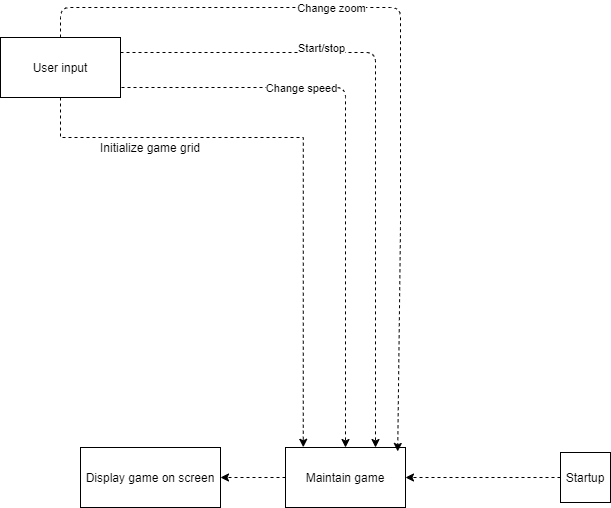
Before: Diagrams/functional.png, a diagram exported from draw.io (sr1998/EE2L11). Source tidied: cells renumbered, new cells last; positions are measured from the earlier drawing's top-left corner, leaving out a move shared by most shapes. Source of this version:
```xml
<mxGraphModel>
  <root>
    <mxCell id="0" />
    <mxCell id="1" parent="0" />
    <mxCell id="2" style="edgeStyle=orthogonalEdgeStyle;rounded=0;jettySize=auto;html=1;dashed=1;" parent="1" edge="1" source="3" target="9">
      <mxGeometry relative="1" as="geometry" />
    </mxCell>
    <mxCell id="3" value="Startup" style="whiteSpace=wrap;html=1;" parent="1" vertex="1">
      <mxGeometry x="560" y="445" width="50" height="50" as="geometry" />
    </mxCell>
    <mxCell id="4" value="Display game on screen" style="rounded=0;whiteSpace=wrap;html=1;" parent="1" vertex="1">
      <mxGeometry x="80" y="440" width="140" height="60" as="geometry" />
    </mxCell>
    <mxCell id="5" style="edgeStyle=orthogonalEdgeStyle;rounded=0;jettySize=auto;html=1;dashed=1;entryX=0.148;entryY=-0.004;entryDx=0;entryDy=0;entryPerimeter=0;" parent="1" edge="1" source="6" target="9">
      <mxGeometry relative="1" as="geometry">
        <Array as="points">
          <mxPoint x="60" y="130" />
          <mxPoint x="303" y="130" />
        </Array>
      </mxGeometry>
    </mxCell>
    <mxCell id="6" value="User input" style="rounded=0;whiteSpace=wrap;html=1;" parent="1" vertex="1">
      <mxGeometry y="30" width="120" height="60" as="geometry" />
    </mxCell>
    <mxCell id="7" value="Initialize game grid" style="text;html=1;strokeColor=none;fillColor=none;align=center;verticalAlign=middle;whiteSpace=wrap;rounded=0;" parent="1" vertex="1">
      <mxGeometry x="95" y="130" width="110" height="20" as="geometry" />
    </mxCell>
    <mxCell id="8" style="edgeStyle=orthogonalEdgeStyle;rounded=0;jettySize=auto;html=1;dashed=1;" parent="1" edge="1" source="9" target="4">
      <mxGeometry relative="1" as="geometry" />
    </mxCell>
    <mxCell id="9" value="Maintain game" style="rounded=0;whiteSpace=wrap;html=1;" parent="1" vertex="1">
      <mxGeometry x="285" y="440" width="120" height="60" as="geometry" />
    </mxCell>
    <mxCell id="10" style="endArrow=classic;html=1;dashed=1;exitX=0.5;exitY=0;exitDx=0;exitDy=0;entryX=0.935;entryY=0.066;entryDx=0;entryDy=0;entryPerimeter=0;" parent="1" edge="1" source="6" target="9">
      <mxGeometry relative="1" as="geometry">
        <Array as="points">
          <mxPoint x="60" />
          <mxPoint x="170" />
          <mxPoint x="400" />
          <mxPoint x="400" y="220" />
        </Array>
      </mxGeometry>
    </mxCell>
    <mxCell id="11" value="Change zoom" style="edgeLabel;html=1;align=center;verticalAlign=middle;" parent="10" vertex="1">
      <mxGeometry relative="1" as="geometry">
        <mxPoint x="-70" y="-36.7" as="offset" />
      </mxGeometry>
    </mxCell>
    <mxCell id="12" style="endArrow=classic;html=1;dashed=1;entryX=0.75;entryY=0;entryDx=0;entryDy=0;exitX=1;exitY=0.25;exitDx=0;exitDy=0;" parent="1" edge="1" source="6" target="9">
      <mxGeometry relative="1" as="geometry">
        <Array as="points">
          <mxPoint x="375" y="45" />
        </Array>
      </mxGeometry>
    </mxCell>
    <mxCell id="13" value="Start/stop" style="edgeLabel;html=1;align=center;verticalAlign=middle;" parent="12" vertex="1">
      <mxGeometry relative="1" as="geometry">
        <mxPoint x="-55" y="-75" as="offset" />
      </mxGeometry>
    </mxCell>
    <mxCell id="14" style="endArrow=classic;html=1;dashed=1;entryX=0.5;entryY=0;entryDx=0;entryDy=0;" parent="1" edge="1" target="9">
      <mxGeometry relative="1" as="geometry">
        <mxPoint x="121" y="80" as="sourcePoint" />
        <Array as="points">
          <mxPoint x="345" y="80" />
        </Array>
      </mxGeometry>
    </mxCell>
    <mxCell id="15" value="Change speed" style="edgeLabel;html=1;align=center;verticalAlign=middle;" parent="14" vertex="1">
      <mxGeometry relative="1" as="geometry">
        <mxPoint x="-45" y="-67.7" as="offset" />
      </mxGeometry>
    </mxCell>
  </root>
</mxGraphModel>
```
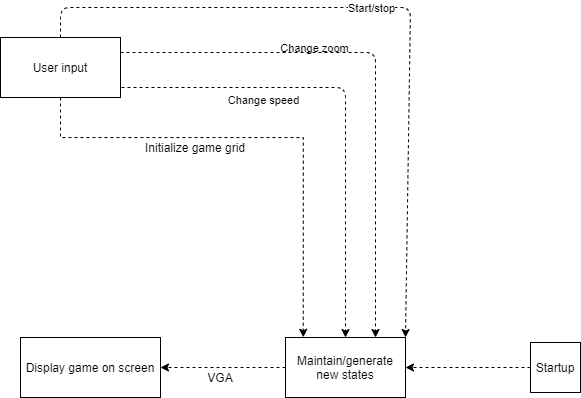
The same diagram one commit later.

Diff of the diagram source:
```diff
@@ -6,10 +6,10 @@
       <mxGeometry relative="1" as="geometry" />
     </mxCell>
     <mxCell id="3" value="Startup" style="whiteSpace=wrap;html=1;" parent="1" vertex="1">
-      <mxGeometry x="560" y="445" width="50" height="50" as="geometry" />
+      <mxGeometry x="530" y="335" width="50" height="50" as="geometry" />
     </mxCell>
     <mxCell id="4" value="Display game on screen" style="rounded=0;whiteSpace=wrap;html=1;" parent="1" vertex="1">
-      <mxGeometry x="80" y="440" width="140" height="60" as="geometry" />
+      <mxGeometry x="20" y="330" width="140" height="60" as="geometry" />
     </mxCell>
     <mxCell id="5" style="edgeStyle=orthogonalEdgeStyle;rounded=0;jettySize=auto;html=1;dashed=1;entryX=0.148;entryY=-0.004;entryDx=0;entryDy=0;entryPerimeter=0;" parent="1" edge="1" source="6" target="9">
       <mxGeometry relative="1" as="geometry">
@@ -23,27 +23,26 @@
       <mxGeometry y="30" width="120" height="60" as="geometry" />
     </mxCell>
     <mxCell id="7" value="Initialize game grid" style="text;html=1;strokeColor=none;fillColor=none;align=center;verticalAlign=middle;whiteSpace=wrap;rounded=0;" parent="1" vertex="1">
-      <mxGeometry x="95" y="130" width="110" height="20" as="geometry" />
+      <mxGeometry x="140" y="130" width="110" height="20" as="geometry" />
     </mxCell>
-    <mxCell id="8" style="edgeStyle=orthogonalEdgeStyle;rounded=0;jettySize=auto;html=1;dashed=1;" parent="1" edge="1" source="9" target="4">
+    <mxCell id="8" style="edgeStyle=orthogonalEdgeStyle;rounded=0;jettySize=auto;html=1;entryX=1;entryY=0.5;entryDx=0;entryDy=0;dashed=1;" parent="1" edge="1" source="9" target="4">
       <mxGeometry relative="1" as="geometry" />
     </mxCell>
-    <mxCell id="9" value="Maintain game" style="rounded=0;whiteSpace=wrap;html=1;" parent="1" vertex="1">
-      <mxGeometry x="285" y="440" width="120" height="60" as="geometry" />
+    <mxCell id="9" value="Maintain/generate new states" style="rounded=0;whiteSpace=wrap;html=1;" parent="1" vertex="1">
+      <mxGeometry x="285" y="330" width="120" height="60" as="geometry" />
     </mxCell>
-    <mxCell id="10" style="endArrow=classic;html=1;dashed=1;exitX=0.5;exitY=0;exitDx=0;exitDy=0;entryX=0.935;entryY=0.066;entryDx=0;entryDy=0;entryPerimeter=0;" parent="1" edge="1" source="6" target="9">
+    <mxCell id="10" style="endArrow=classic;html=1;dashed=1;exitX=0.5;exitY=0;exitDx=0;exitDy=0;entryX=1;entryY=0;entryDx=0;entryDy=0;" parent="1" edge="1" source="6" target="9">
       <mxGeometry relative="1" as="geometry">
         <Array as="points">
           <mxPoint x="60" />
           <mxPoint x="170" />
-          <mxPoint x="400" />
-          <mxPoint x="400" y="220" />
+          <mxPoint x="410" />
         </Array>
       </mxGeometry>
     </mxCell>
     <mxCell id="11" value="Change zoom" style="edgeLabel;html=1;align=center;verticalAlign=middle;" parent="10" vertex="1">
       <mxGeometry relative="1" as="geometry">
-        <mxPoint x="-70" y="-36.7" as="offset" />
+        <mxPoint x="-72.1" y="40" as="offset" />
       </mxGeometry>
     </mxCell>
     <mxCell id="12" style="endArrow=classic;html=1;dashed=1;entryX=0.75;entryY=0;entryDx=0;entryDy=0;exitX=1;exitY=0.25;exitDx=0;exitDy=0;" parent="1" edge="1" source="6" target="9">
@@ -55,7 +54,7 @@
     </mxCell>
     <mxCell id="13" value="Start/stop" style="edgeLabel;html=1;align=center;verticalAlign=middle;" parent="12" vertex="1">
       <mxGeometry relative="1" as="geometry">
-        <mxPoint x="-55" y="-75" as="offset" />
+        <mxPoint x="-4.7" y="-59.4" as="offset" />
       </mxGeometry>
     </mxCell>
     <mxCell id="14" style="endArrow=classic;html=1;dashed=1;entryX=0.5;entryY=0;entryDx=0;entryDy=0;" parent="1" edge="1" target="9">
@@ -68,8 +67,11 @@
     </mxCell>
     <mxCell id="15" value="Change speed" style="edgeLabel;html=1;align=center;verticalAlign=middle;" parent="14" vertex="1">
       <mxGeometry relative="1" as="geometry">
-        <mxPoint x="-45" y="-67.7" as="offset" />
+        <mxPoint x="-82.8" as="offset" />
       </mxGeometry>
     </mxCell>
+    <mxCell id="16" value="VGA" style="text;html=1;strokeColor=none;fillColor=none;align=center;verticalAlign=middle;whiteSpace=wrap;rounded=0;" parent="1" vertex="1">
+      <mxGeometry x="200" y="360" width="40" height="20" as="geometry" />
+    </mxCell>
   </root>
 </mxGraphModel>
```
